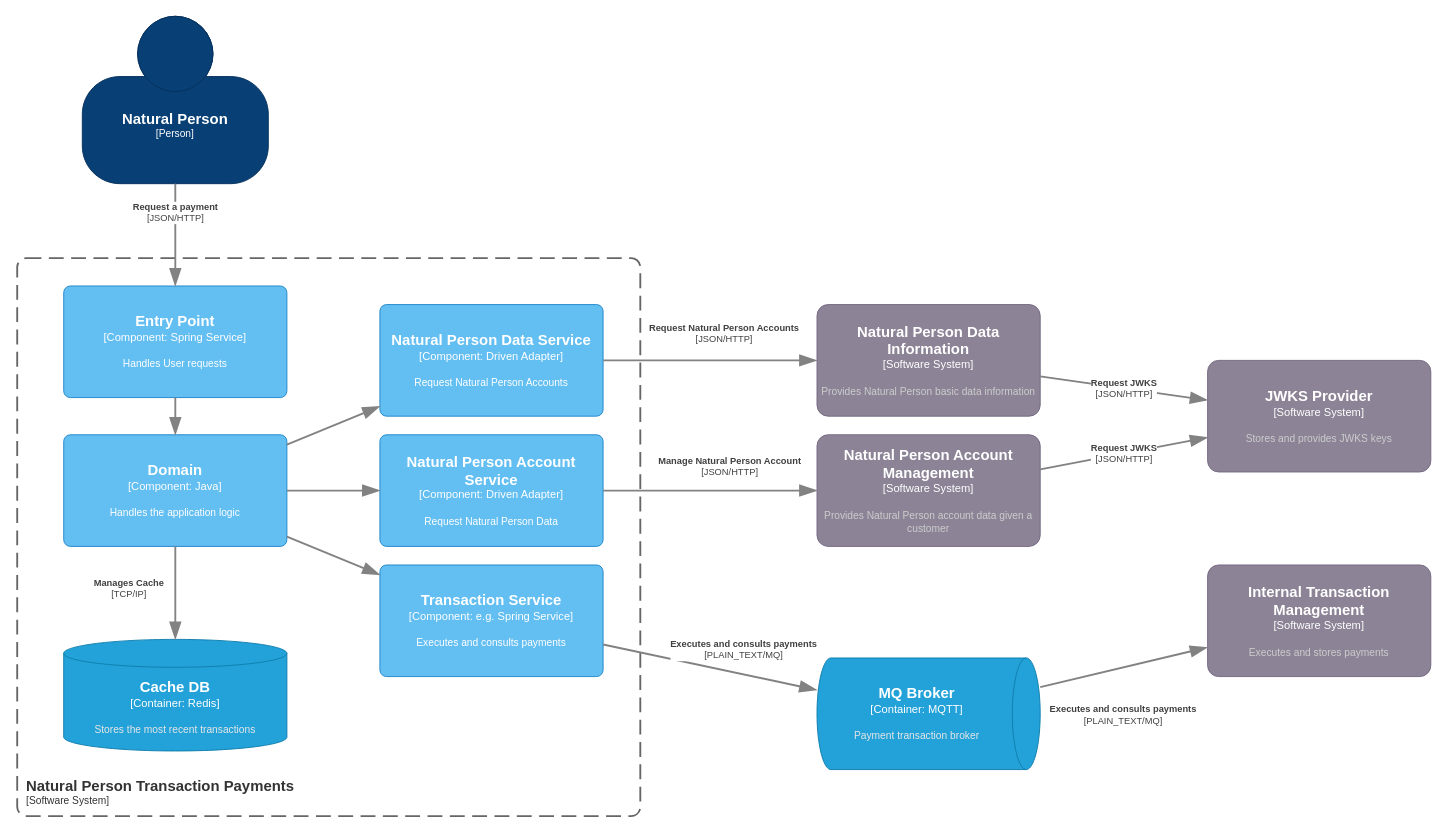
Earlier version of the draw.io diagram page "Components" (3 of 3) of scaffold-reusos.drawio (jmvalenciz/scaffold-reusos). Source tidied: cells renumbered, new cells numbered last; positions are measured from the earlier drawing's top-left corner, leaving out a move shared by most shapes. Both pictures are drawn from the tidied source at 93%, with x=0, y=0 at pixel (17, 16).
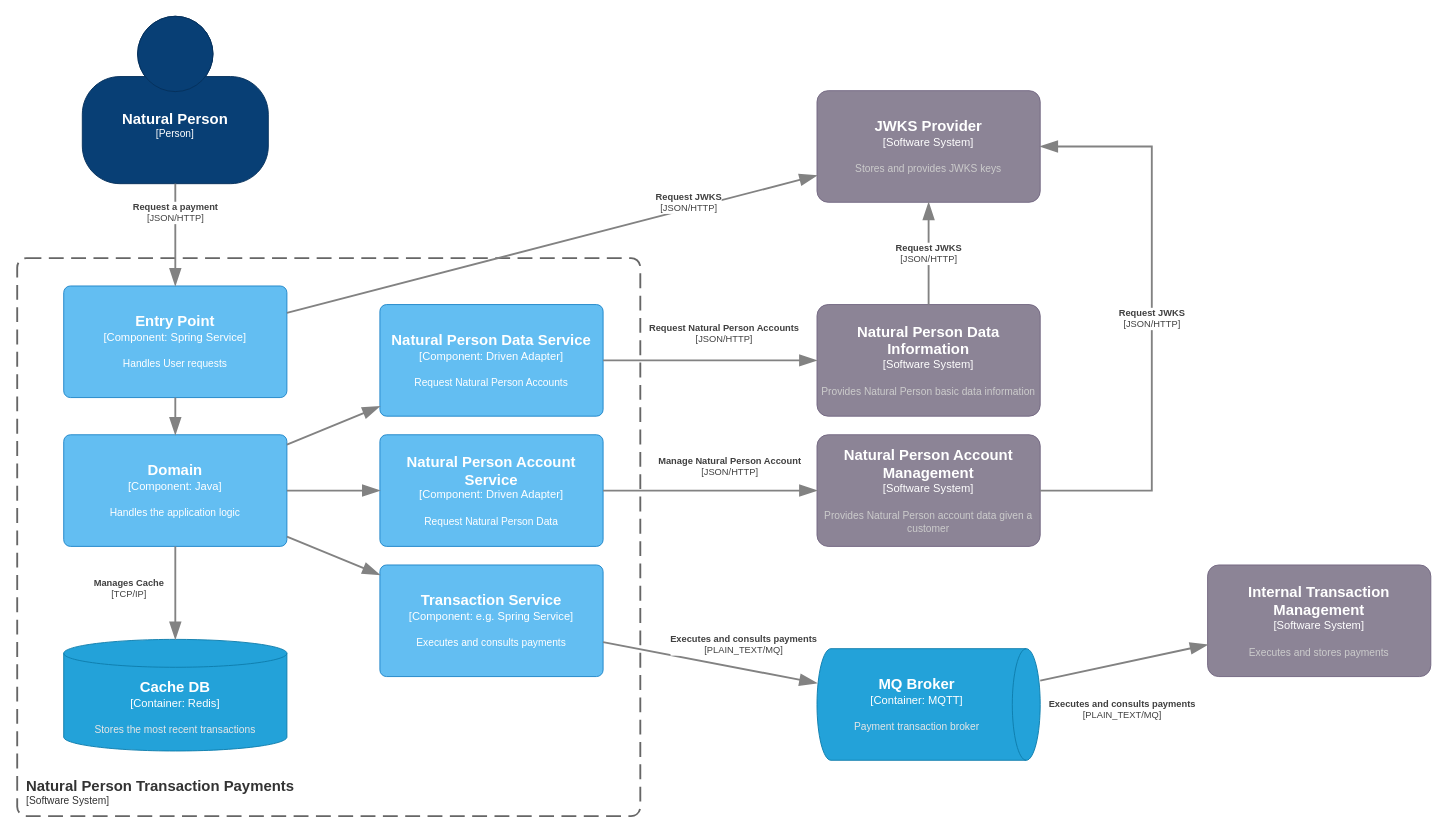
The same diagram, later.

Unchanged cells that the change refers to:
```xml
<object id="5" label="&lt;font style=&quot;font-size: 16px&quot;&gt;&lt;b&gt;%c4Name%&lt;/b&gt;&lt;/font&gt;&lt;div&gt;[%c4Type%]&lt;/div&gt;&lt;br&gt;&lt;div&gt;&lt;font style=&quot;font-size: 11px&quot;&gt;&lt;font color=&quot;#cccccc&quot;&gt;%c4Description%&lt;/font&gt;&lt;/div&gt;" c4Description="Provides Natural Person account data given a customer" c4Name="Natural Person Account Management" c4Type="Software System" placeholders="1">
  <mxCell style="rounded=1;whiteSpace=wrap;html=1;labelBackgroundColor=none;fillColor=#8C8496;fontColor=#ffffff;align=center;arcSize=10;strokeColor=#736782;points=[[0.25,0,0],[0.5,0,0],[0.75,0,0],[1,0.25,0],[1,0.5,0],[1,0.75,0],[0.75,1,0],[0.5,1,0],[0.25,1,0],[0,0.75,0],[0,0.5,0],[0,0.25,0]];" parent="1" vertex="1">
    <mxGeometry x="860" y="450" width="240" height="120" as="geometry" />
  </mxCell>
</object>
<object id="12" label="&lt;font style=&quot;font-size: 16px&quot;&gt;&lt;b&gt;%c4Name%&lt;/b&gt;&lt;/font&gt;&lt;div&gt;[%c4Type%: %c4Technology%]&lt;/div&gt;&lt;br&gt;&lt;div&gt;&lt;font style=&quot;font-size: 11px&quot;&gt;%c4Description%&lt;/font&gt;&lt;/div&gt;" c4Description="Handles User requests" c4Name="Entry Point" c4Technology="Spring Service" c4Type="Component" placeholders="1">
  <mxCell style="rounded=1;whiteSpace=wrap;html=1;labelBackgroundColor=none;fillColor=#63BEF2;fontColor=#ffffff;align=center;arcSize=6;strokeColor=#2086C9;points=[[0.25,0,0],[0.5,0,0],[0.75,0,0],[1,0.25,0],[1,0.5,0],[1,0.75,0],[0.75,1,0],[0.5,1,0],[0.25,1,0],[0,0.75,0],[0,0.5,0],[0,0.25,0]];" parent="1" vertex="1">
    <mxGeometry x="50" y="290" width="240" height="120" as="geometry" />
  </mxCell>
</object>
```

Change to the diagram source:
```diff
@@
     <object id="7" label="&lt;font style=&quot;font-size: 16px&quot;&gt;&lt;b&gt;%c4Name%&lt;/b&gt;&lt;/font&gt;&lt;div&gt;[%c4Type%]&lt;/div&gt;&lt;br&gt;&lt;div&gt;&lt;font style=&quot;font-size: 11px&quot;&gt;&lt;font color=&quot;#cccccc&quot;&gt;%c4Description%&lt;/font&gt;&lt;/div&gt;" c4Description="Stores and provides JWKS keys" c4Name="JWKS Provider" c4Type="Software System" placeholders="1">
       <mxCell style="rounded=1;whiteSpace=wrap;html=1;labelBackgroundColor=none;fillColor=#8C8496;fontColor=#ffffff;align=center;arcSize=10;strokeColor=#736782;points=[[0.25,0,0],[0.5,0,0],[0.75,0,0],[1,0.25,0],[1,0.5,0],[1,0.75,0],[0.75,1,0],[0.5,1,0],[0.25,1,0],[0,0.75,0],[0,0.5,0],[0,0.25,0]];" parent="1" vertex="1">
-        <mxGeometry x="1280" y="370" width="240" height="120" as="geometry" />
+        <mxGeometry x="860" y="80" width="240" height="120" as="geometry" />
       </mxCell>
     </object>
@@
     <object id="9" label="&lt;div style=&quot;text-align: left&quot;&gt;&lt;div style=&quot;text-align: center&quot;&gt;&lt;b&gt;%c4Description%&lt;/b&gt;&lt;/div&gt;&lt;div style=&quot;text-align: center&quot;&gt;[%c4Technology%]&lt;/div&gt;&lt;/div&gt;" c4Description="Request JWKS" c4Technology="JSON/HTTP" placeholders="1">
-      <mxCell style="endArrow=blockThin;html=1;fontSize=10;fontColor=#404040;strokeWidth=2;endFill=1;strokeColor=#828282;elbow=vertical;endSize=14;startSize=14;jumpStyle=arc;jumpSize=16;rounded=0;" parent="1" edge="1" source="5" target="7">
-        <mxGeometry relative="1" as="geometry" />
+      <mxCell style="endArrow=blockThin;html=1;fontSize=10;fontColor=#404040;strokeWidth=2;endFill=1;strokeColor=#828282;elbow=vertical;endSize=14;startSize=14;jumpStyle=arc;jumpSize=16;rounded=0;edgeStyle=orthogonalEdgeStyle;" parent="1" edge="1" source="5" target="7">
+        <mxGeometry relative="1" as="geometry">
+          <Array as="points">
+            <mxPoint x="1220" y="510" />
+            <mxPoint x="1220" y="140" />
+          </Array>
+        </mxGeometry>
       </mxCell>
     </object>
@@
     <object id="11" label="&lt;font style=&quot;font-size: 16px&quot;&gt;&lt;b&gt;%c4Name%&lt;/b&gt;&lt;/font&gt;&lt;div&gt;[%c4Type%:&amp;nbsp;%c4Technology%]&lt;/div&gt;&lt;br&gt;&lt;div&gt;&lt;font style=&quot;font-size: 11px&quot;&gt;&lt;font color=&quot;#E6E6E6&quot;&gt;%c4Description%&lt;/font&gt;&lt;/div&gt;" c4Description="Payment transaction broker" c4Name="MQ Broker" c4Technology="MQTT" c4Type="Container" placeholders="1">
       <mxCell style="shape=cylinder3;size=15;direction=south;whiteSpace=wrap;html=1;boundedLbl=1;rounded=0;labelBackgroundColor=none;fillColor=#23A2D9;fontSize=12;fontColor=#ffffff;align=center;strokeColor=#0E7DAD;points=[[0.5,0,0],[1,0.25,0],[1,0.5,0],[1,0.75,0],[0.5,1,0],[0,0.75,0],[0,0.5,0],[0,0.25,0]];" parent="1" vertex="1">
-        <mxGeometry x="860" y="690" width="240" height="120" as="geometry" />
+        <mxGeometry x="860" y="680" width="240" height="120" as="geometry" />
       </mxCell>
     </object>
@@
+    <object id="27" label="&lt;div style=&quot;text-align: left&quot;&gt;&lt;div style=&quot;text-align: center&quot;&gt;&lt;b&gt;%c4Description%&lt;/b&gt;&lt;/div&gt;&lt;div style=&quot;text-align: center&quot;&gt;[%c4Technology%]&lt;/div&gt;&lt;/div&gt;" c4Description="Request JWKS" c4Technology="JSON/HTTP" placeholders="1">
+      <mxCell style="endArrow=blockThin;html=1;fontSize=10;fontColor=#404040;strokeWidth=2;endFill=1;strokeColor=#828282;elbow=vertical;endSize=14;startSize=14;jumpStyle=arc;jumpSize=16;rounded=0;" parent="1" edge="1" source="12" target="7">
+        <mxGeometry x="0.52" y="7" relative="1" as="geometry" />
+      </mxCell>
+    </object>
```
